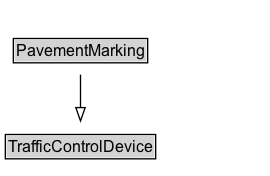
This is docs/diagrams/PavementMarking.dot.png from k-vaughn/ontology-its-regulation, a Graphviz export, as it was before one commit. Its source is kept beside it as docs/diagrams/PavementMarking.dot.
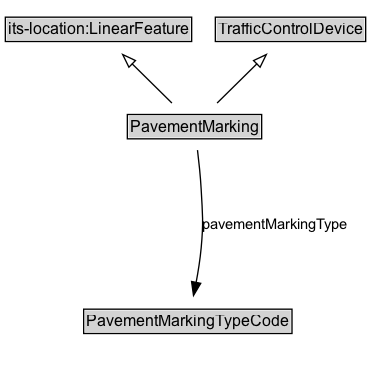
After the commit.

Diff of the diagram source:
```diff
@@ -2,6 +2,11 @@
 	graph [overlap=false rankdir=TB splines=true]
 	node [fontname=Arial fontsize=12 margin=0 shape=none]
 	edge [fontname=Arial fontsize=11]
+	{
+		rank=source
+		"its-location_LinearFeature" [label=<<TABLE BORDER="1" CELLBORDER="0" CELLSPACING="0" CELLPADDING="1"><TR><TD BGCOLOR="lightgray" ALIGN="CENTER">its-location:LinearFeature</TD></TR></TABLE>> URL="https://w3id.org/itsdata/location/v1/LinearFeature" margin=0]
+		TrafficControlDevice [label=<<TABLE BORDER="1" CELLBORDER="0" CELLSPACING="0" CELLPADDING="1"><TR><TD BGCOLOR="lightgray" ALIGN="CENTER">TrafficControlDevice</TD></TR></TABLE>> URL="../TrafficControlDevice" margin=0]
+	}
 	PavementMarking [label=<<TABLE BORDER="1" CELLBORDER="0" CELLSPACING="0" CELLPADDING="1"><TR><TD BGCOLOR="lightgray" ALIGN="CENTER">PavementMarking</TD></TR></TABLE>> URL="../PavementMarking" margin=0]
 	{
 		rank=max
@@ -9,7 +14,12 @@
 	subgraph cluster_associated {
 		label="" style=invis
 		Invis [label=<<TABLE BORDER="0" CELLBORDER="0" CELLSPACING="0" CELLPADDING="1"><TR><TD></TD></TR></TABLE>> margin=0 style=invis]
+		PavementMarkingTypeCode [label=<<TABLE BORDER="1" CELLBORDER="0" CELLSPACING="0" CELLPADDING="1"><TR><TD BGCOLOR="lightgray" ALIGN="CENTER">PavementMarkingTypeCode</TD></TR></TABLE>> URL="../PavementMarkingTypeCode" margin=0]
 	}
-	TrafficControlDevice [label=<<TABLE BORDER="1" CELLBORDER="0" CELLSPACING="0" CELLPADDING="1"><TR><TD BGCOLOR="lightgray" ALIGN="CENTER">TrafficControlDevice</TD></TR></TABLE>> URL="../TrafficControlDevice" margin=0]
+	PavementMarking -> "its-location_LinearFeature" [arrowhead=onormal style=solid]
 	PavementMarking -> TrafficControlDevice [arrowhead=onormal style=solid]
+	PavementMarking -> Invis [style=invis]
+	Invis -> PavementMarkingTypeCode [style=invis]
+	PavementMarkingTypeCode [label=<<TABLE BORDER="1" CELLBORDER="0" CELLSPACING="0" CELLPADDING="1"><TR><TD BGCOLOR="lightgray" ALIGN="CENTER">PavementMarkingTypeCode</TD></TR></TABLE>> URL="../PavementMarkingTypeCode" margin=0]
+	PavementMarking -> PavementMarkingTypeCode [label=pavementMarkingType arrowhead=normal style=solid]
 }
```
